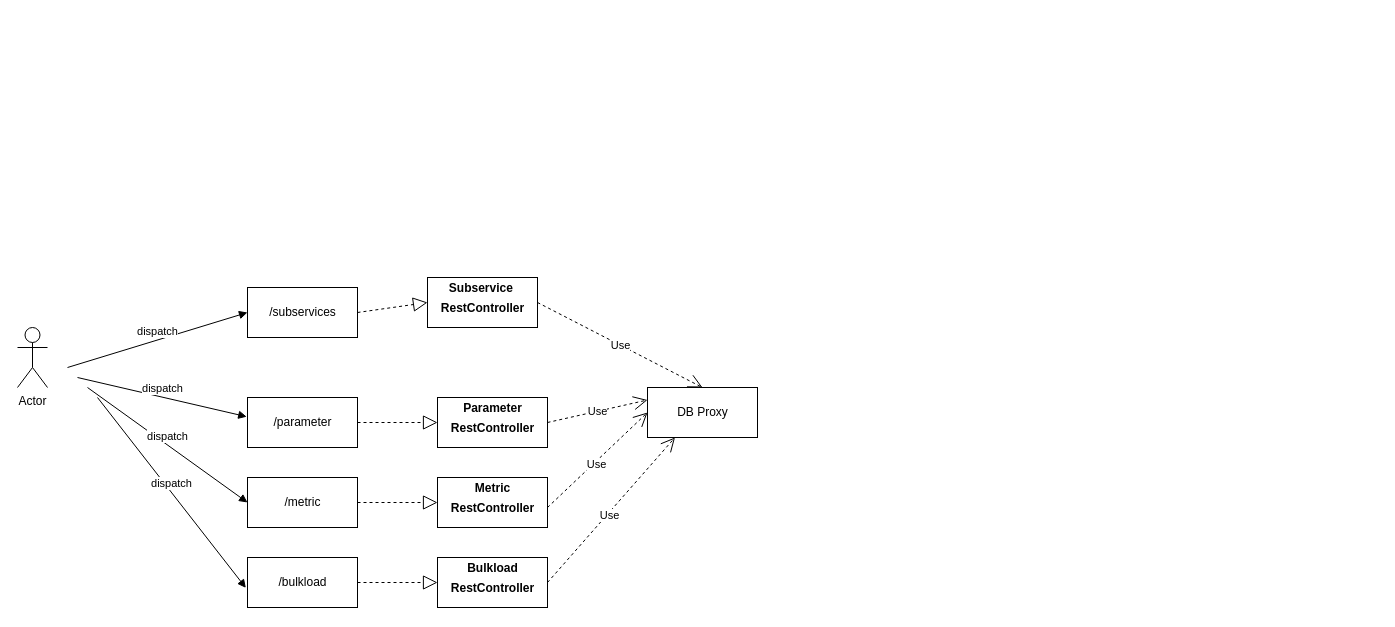
nkadic/draw_io keeps this draw.io diagram as Untitled Diagram.drawio. Above is the earlier version. Source tidied: cells renumbered, new cells numbered last; positions are measured from the earlier drawing's top-left corner, leaving out a move shared by most shapes. Both pictures are drawn from the tidied source at 100%, with x=0, y=0 at pixel (17, 277).
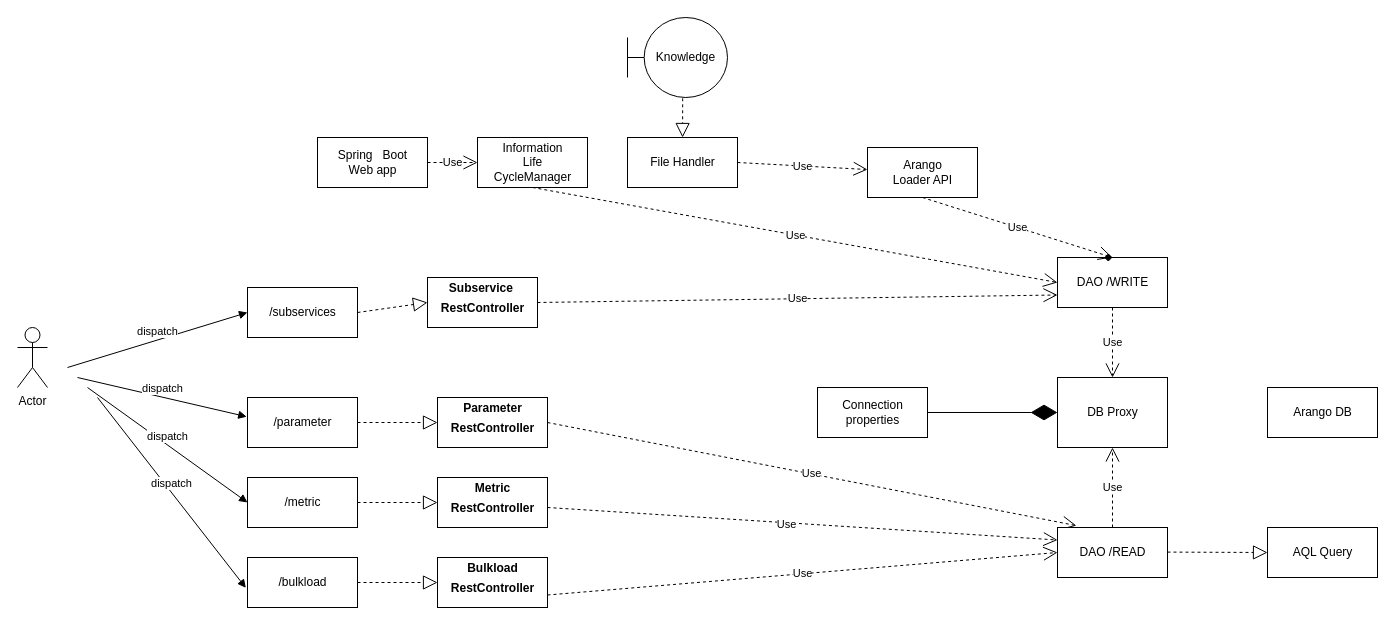
After the change.

The change refers to these unchanged cells:
```xml
<mxCell id="5" value="&lt;p style=&quot;margin: 6px 0px 0px&quot;&gt;&lt;b&gt;Subservice&amp;nbsp;&lt;/b&gt;&lt;/p&gt;&lt;p style=&quot;margin: 6px 0px 0px&quot;&gt;&lt;b&gt;RestController&lt;/b&gt;&lt;/p&gt;&lt;div&gt;&lt;b&gt;&lt;br&gt;&lt;/b&gt;&lt;/div&gt;" style="html=1;" parent="1" vertex="1">
  <mxGeometry x="410" width="110" height="50" as="geometry" />
</mxCell>
<mxCell id="10" value="&lt;p style=&quot;margin: 6px 0px 0px&quot;&gt;&lt;b&gt;Parameter&lt;/b&gt;&lt;/p&gt;&lt;p style=&quot;margin: 6px 0px 0px&quot;&gt;&lt;b&gt;RestController&lt;/b&gt;&lt;br&gt;&lt;/p&gt;&lt;div&gt;&lt;b&gt;&lt;br&gt;&lt;/b&gt;&lt;/div&gt;" style="html=1;" parent="1" vertex="1">
  <mxGeometry x="420" y="120" width="110" height="50" as="geometry" />
</mxCell>
<mxCell id="12" value="&lt;p style=&quot;margin: 6px 0px 0px&quot;&gt;&lt;b&gt;Bulkload&lt;/b&gt;&lt;/p&gt;&lt;p style=&quot;margin: 6px 0px 0px&quot;&gt;&lt;b&gt;RestController&lt;/b&gt;&lt;/p&gt;&lt;div&gt;&lt;b&gt;&lt;br&gt;&lt;/b&gt;&lt;/div&gt;" style="html=1;" parent="1" vertex="1">
  <mxGeometry x="420" y="280" width="110" height="50" as="geometry" />
</mxCell>
```

Diff of the diagram source:
```diff
@@
     <mxCell id="6" value="DB Proxy" style="html=1;" parent="1" vertex="1">
-      <mxGeometry x="630" y="110" width="110" height="50" as="geometry" />
+      <mxGeometry x="1040" y="100" width="110" height="70" as="geometry" />
     </mxCell>
@@
-    <mxCell id="13" value="Use" style="endArrow=open;endSize=12;dashed=1;html=1;rounded=0;entryX=0;entryY=0.5;entryDx=0;entryDy=0;" parent="1" edge="1" target="6">
+    <mxCell id="13" value="Use" style="endArrow=open;endSize=12;dashed=1;html=1;rounded=0;entryX=0;entryY=0.25;entryDx=0;entryDy=0;" parent="1" edge="1" target="29">
       <mxGeometry x="-0.06" y="-2" relative="1" as="geometry">
         <mxPoint x="530" y="230" as="sourcePoint" />
       </mxGeometry>
     </mxCell>
-    <mxCell id="14" value="Use" style="endArrow=open;endSize=12;dashed=1;html=1;rounded=0;exitX=1;exitY=0.5;exitDx=0;exitDy=0;entryX=0.5;entryY=0;entryDx=0;entryDy=0;" parent="1" edge="1" source="5" target="6">
+    <mxCell id="14" value="Use" style="endArrow=open;endSize=12;dashed=1;html=1;rounded=0;exitX=1;exitY=0.5;exitDx=0;exitDy=0;entryX=0;entryY=0.75;entryDx=0;entryDy=0;" parent="1" edge="1" source="5" target="25">
       <mxGeometry relative="1" as="geometry" />
     </mxCell>
-    <mxCell id="15" value="Use" style="endArrow=open;endSize=12;dashed=1;html=1;rounded=0;exitX=1;exitY=0.5;exitDx=0;exitDy=0;entryX=0;entryY=0.25;entryDx=0;entryDy=0;" parent="1" edge="1" source="10" target="6">
+    <mxCell id="15" value="Use" style="endArrow=open;endSize=12;dashed=1;html=1;rounded=0;exitX=1;exitY=0.5;exitDx=0;exitDy=0;entryX=0.172;entryY=-0.038;entryDx=0;entryDy=0;entryPerimeter=0;" parent="1" edge="1" source="10" target="29">
       <mxGeometry relative="1" as="geometry" />
     </mxCell>
-    <mxCell id="16" value="Use" style="endArrow=open;endSize=12;dashed=1;html=1;rounded=0;entryX=0.25;entryY=1;entryDx=0;entryDy=0;exitX=1;exitY=0.5;exitDx=0;exitDy=0;" parent="1" edge="1" source="12" target="6">
-      <mxGeometry x="-0.06" y="-2" relative="1" as="geometry" />
-    </mxCell>
@@
+    <mxCell id="24" value="Spring&amp;nbsp; &amp;nbsp;Boot &lt;br&gt;Web app" style="html=1;" parent="1" vertex="1">
+      <mxGeometry x="300" y="-140" width="110" height="50" as="geometry" />
+    </mxCell>
+    <mxCell id="25" value="DAO /WRITE" style="html=1;" parent="1" vertex="1">
+      <mxGeometry x="1040" y="-20" width="110" height="50" as="geometry" />
+    </mxCell>
+    <mxCell id="26" value="Information&lt;br&gt;Life&lt;br&gt;CycleManager" style="html=1;" parent="1" vertex="1">
+      <mxGeometry x="460" y="-140" width="110" height="50" as="geometry" />
+    </mxCell>
+    <mxCell id="27" style="edgeStyle=orthogonalEdgeStyle;rounded=0;orthogonalLoop=1;jettySize=auto;html=1;exitX=0.25;exitY=0;exitDx=0;exitDy=0;entryX=0.5;entryY=0;entryDx=0;entryDy=0;endArrow=diamond;endFill=1;" parent="1" edge="1" source="25" target="25">
+      <mxGeometry relative="1" as="geometry" />
+    </mxCell>
+    <mxCell id="28" value="Arango&lt;br&gt;Loader API" style="html=1;" parent="1" vertex="1">
+      <mxGeometry x="850" y="-130" width="110" height="50" as="geometry" />
+    </mxCell>
+    <mxCell id="29" value="DAO /READ" style="html=1;" parent="1" vertex="1">
+      <mxGeometry x="1040" y="250" width="110" height="50" as="geometry" />
+    </mxCell>
+    <mxCell id="30" value="File Handler" style="html=1;" parent="1" vertex="1">
+      <mxGeometry x="610" y="-140" width="110" height="50" as="geometry" />
+    </mxCell>
+    <mxCell id="31" value="Use" style="endArrow=open;endSize=12;dashed=1;html=1;rounded=0;exitX=0.5;exitY=1;exitDx=0;exitDy=0;entryX=0.5;entryY=0;entryDx=0;entryDy=0;" parent="1" edge="1" source="25" target="6">
+      <mxGeometry relative="1" as="geometry" />
+    </mxCell>
+    <mxCell id="32" value="Use" style="endArrow=open;endSize=12;dashed=1;html=1;rounded=0;exitX=1;exitY=0.5;exitDx=0;exitDy=0;entryX=0;entryY=0.5;entryDx=0;entryDy=0;" parent="1" edge="1" source="24" target="26">
+      <mxGeometry relative="1" as="geometry" />
+    </mxCell>
+    <mxCell id="33" value="Use" style="endArrow=open;endSize=12;dashed=1;html=1;rounded=0;exitX=0.5;exitY=1;exitDx=0;exitDy=0;entryX=0;entryY=0.5;entryDx=0;entryDy=0;" parent="1" edge="1" source="26" target="25">
+      <mxGeometry relative="1" as="geometry" />
+    </mxCell>
+    <mxCell id="34" value="Use" style="endArrow=open;endSize=12;dashed=1;html=1;rounded=0;exitX=1;exitY=0.75;exitDx=0;exitDy=0;entryX=0;entryY=0.5;entryDx=0;entryDy=0;" parent="1" edge="1" source="12" target="29">
+      <mxGeometry relative="1" as="geometry" />
+    </mxCell>
+    <mxCell id="35" value="Use" style="endArrow=open;endSize=12;dashed=1;html=1;rounded=0;exitX=1;exitY=0.5;exitDx=0;exitDy=0;" parent="1" edge="1" source="30" target="28">
+      <mxGeometry relative="1" as="geometry" />
+    </mxCell>
+    <mxCell id="36" value="Use" style="endArrow=open;endSize=12;dashed=1;html=1;rounded=0;exitX=0.5;exitY=1;exitDx=0;exitDy=0;" parent="1" edge="1" source="28">
+      <mxGeometry relative="1" as="geometry">
+        <mxPoint x="1095" y="-20" as="targetPoint" />
+      </mxGeometry>
+    </mxCell>
+    <mxCell id="37" value="Use" style="endArrow=open;endSize=12;dashed=1;html=1;rounded=0;exitX=0.5;exitY=0;exitDx=0;exitDy=0;entryX=0.5;entryY=1;entryDx=0;entryDy=0;" parent="1" edge="1" source="29" target="6">
+      <mxGeometry relative="1" as="geometry" />
+    </mxCell>
+    <mxCell id="38" value="Arango DB" style="html=1;" parent="1" vertex="1">
+      <mxGeometry x="1250" y="110" width="110" height="50" as="geometry" />
+    </mxCell>
+    <mxCell id="39" value="Knowledge" style="shape=umlBoundary;whiteSpace=wrap;html=1;" parent="1" vertex="1">
+      <mxGeometry x="610" y="-260" width="100" height="80" as="geometry" />
+    </mxCell>
+    <mxCell id="40" style="endArrow=block;dashed=1;endFill=0;endSize=12;html=1;rounded=0;exitX=0.552;exitY=1.01;exitDx=0;exitDy=0;exitPerimeter=0;" parent="1" edge="1" source="39" target="30">
+      <mxGeometry relative="1" as="geometry" />
+    </mxCell>
+    <mxCell id="41" value="AQL Query" style="html=1;" parent="1" vertex="1">
+      <mxGeometry x="1250" y="250" width="110" height="50" as="geometry" />
+    </mxCell>
+    <mxCell id="42" style="endArrow=block;dashed=1;endFill=0;endSize=12;html=1;rounded=0;" parent="1" edge="1">
+      <mxGeometry relative="1" as="geometry">
+        <mxPoint x="1150" y="274.6" as="sourcePoint" />
+        <mxPoint x="1250" y="275" as="targetPoint" />
+      </mxGeometry>
+    </mxCell>
+    <mxCell id="43" value="Connection &lt;br&gt;properties" style="html=1;" parent="1" vertex="1">
+      <mxGeometry x="800" y="110" width="110" height="50" as="geometry" />
+    </mxCell>
+    <mxCell id="44" style="endArrow=diamondThin;endFill=1;endSize=24;html=1;rounded=0;exitX=1;exitY=0.5;exitDx=0;exitDy=0;" parent="1" edge="1" source="43" target="6">
+      <mxGeometry relative="1" as="geometry" />
+    </mxCell>
```
